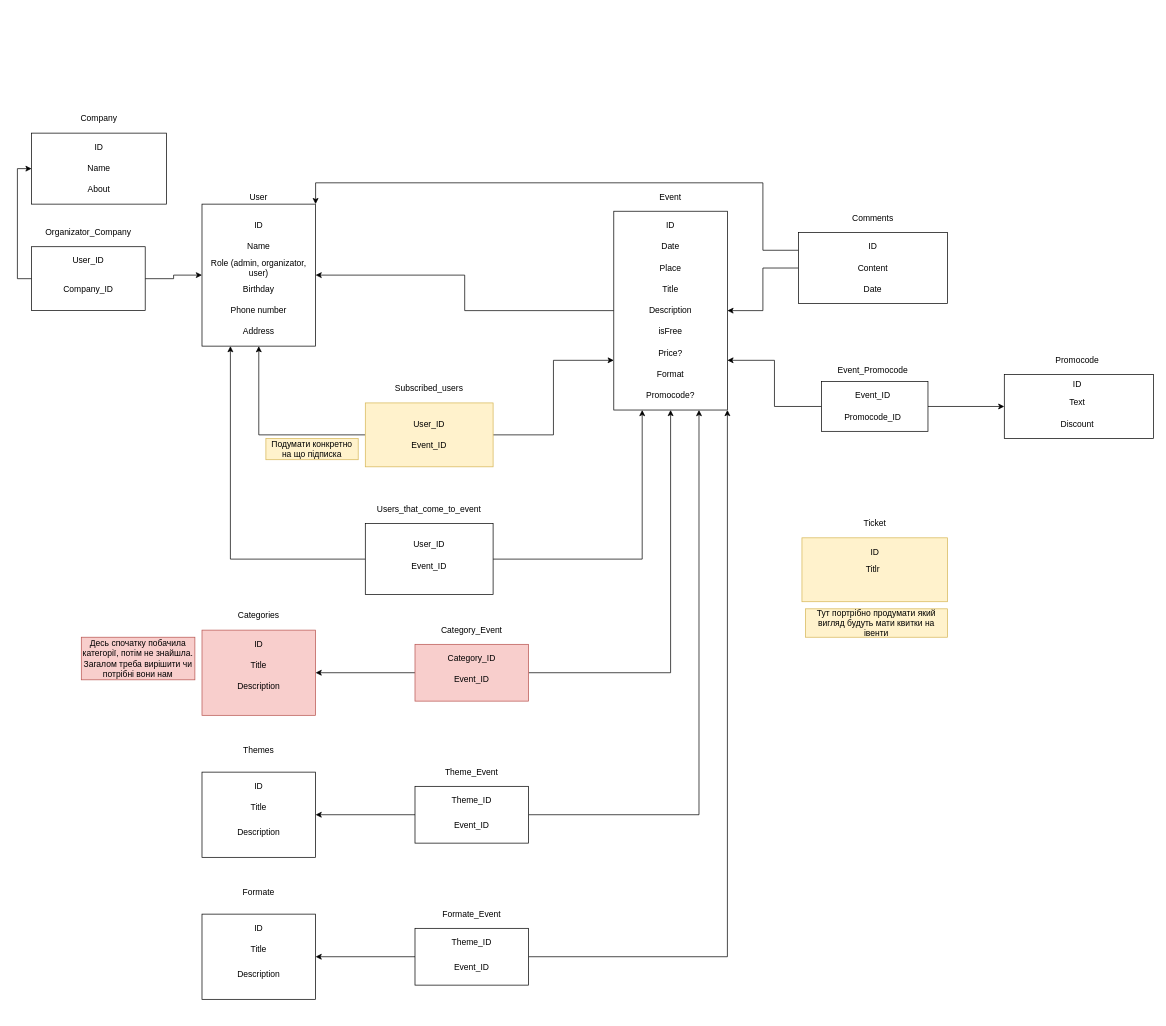
Before: server/database/DB_Diagram_TMP.drawio in GudKsen/uevent, a draw.io diagram. Source tidied: cells renumbered, new cells numbered last; positions are measured from the earlier drawing's top-left corner, leaving out a move shared by most shapes. Both pictures are drawn from the tidied source at 71%, with x=0, y=0 at pixel (31, 111).
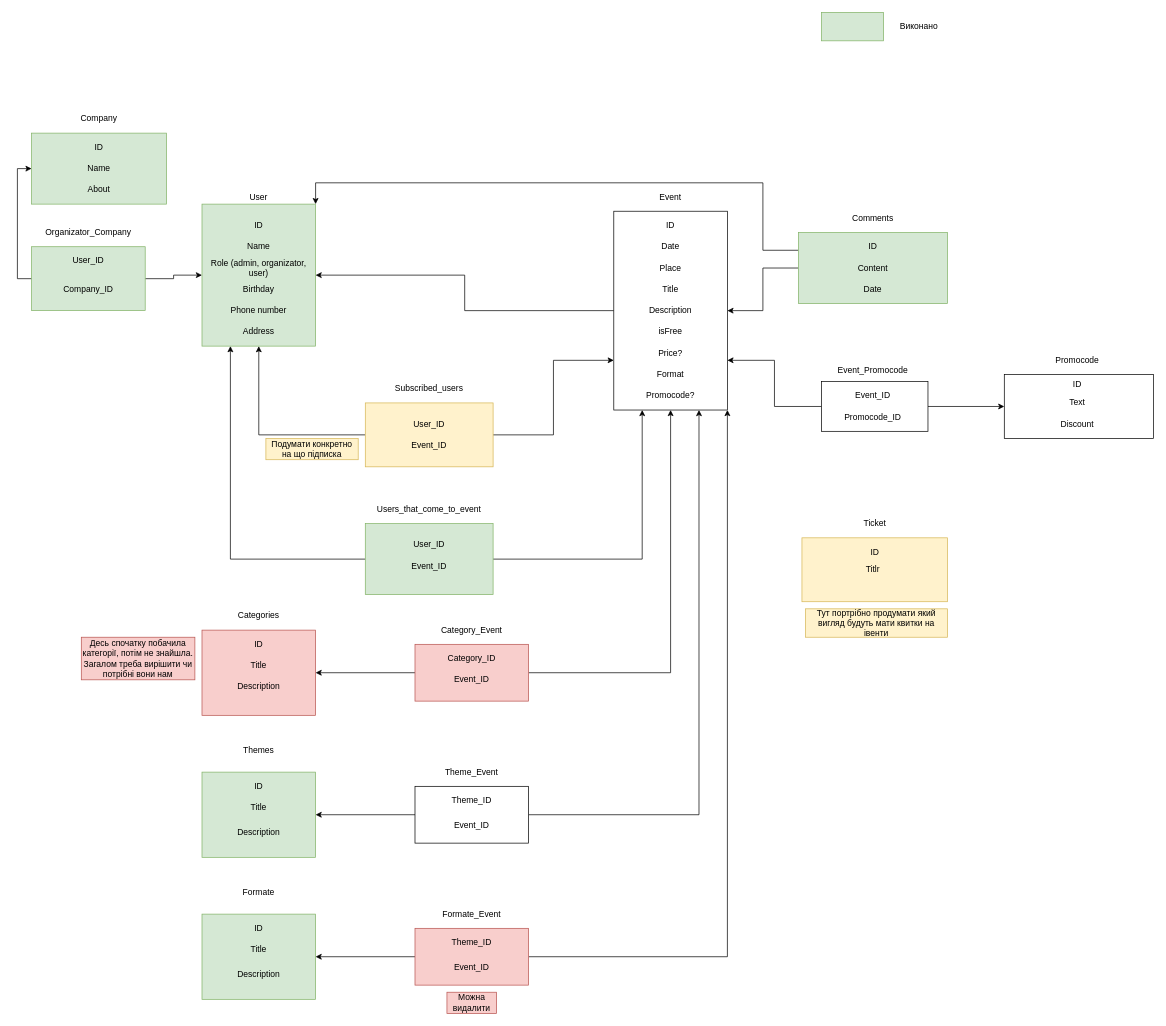
The same diagram, later.

Diff of the diagram source:
```diff
@@
-    <mxCell id="2" style="rounded=0;whiteSpace=wrap;html=1;" parent="1" vertex="1">
+    <mxCell id="2" style="rounded=0;whiteSpace=wrap;html=1;fillColor=#d5e8d4;strokeColor=#82b366;" parent="1" vertex="1">
       <mxGeometry x="240" y="130" width="160" height="200" as="geometry" />
     </mxCell>
@@
-    <mxCell id="32" style="rounded=0;whiteSpace=wrap;html=1;" parent="1" vertex="1">
+    <mxCell id="32" style="rounded=0;whiteSpace=wrap;html=1;fillColor=#d5e8d4;strokeColor=#82b366;" parent="1" vertex="1">
       <mxGeometry x="240" y="930" width="160" height="120" as="geometry" />
     </mxCell>
@@
-    <mxCell id="52" style="rounded=0;whiteSpace=wrap;html=1;" parent="1" vertex="1">
+    <mxCell id="52" style="rounded=0;whiteSpace=wrap;html=1;fillColor=#d5e8d4;strokeColor=#82b366;" parent="1" vertex="1">
       <mxGeometry x="470" y="580" width="180" height="100" as="geometry" />
     </mxCell>
@@
-    <mxCell id="58" style="rounded=0;whiteSpace=wrap;html=1;" parent="1" vertex="1">
+    <mxCell id="58" style="rounded=0;whiteSpace=wrap;html=1;fillColor=#d5e8d4;strokeColor=#82b366;" parent="1" vertex="1">
       <mxGeometry x="1080" y="170" width="210" height="100" as="geometry" />
     </mxCell>
@@
-    <mxCell id="64" style="rounded=0;whiteSpace=wrap;html=1;" parent="1" vertex="1">
+    <mxCell id="64" style="rounded=0;whiteSpace=wrap;html=1;fillColor=#d5e8d4;strokeColor=#82b366;" parent="1" vertex="1">
       <mxGeometry y="30" width="190" height="100" as="geometry" />
     </mxCell>
@@
-    <mxCell id="71" style="rounded=0;whiteSpace=wrap;html=1;" parent="1" vertex="1">
+    <mxCell id="71" style="rounded=0;whiteSpace=wrap;html=1;fillColor=#d5e8d4;strokeColor=#82b366;" parent="1" vertex="1">
       <mxGeometry y="190" width="160" height="90" as="geometry" />
     </mxCell>
@@
-    <mxCell id="79" style="rounded=0;whiteSpace=wrap;html=1;" parent="1" vertex="1">
+    <mxCell id="79" style="rounded=0;whiteSpace=wrap;html=1;fillColor=#d5e8d4;strokeColor=#82b366;" parent="1" vertex="1">
       <mxGeometry x="240" y="1130" width="160" height="120" as="geometry" />
     </mxCell>
@@
-    <mxCell id="86" style="rounded=0;whiteSpace=wrap;html=1;" parent="1" vertex="1">
+    <mxCell id="86" style="rounded=0;whiteSpace=wrap;html=1;fillColor=#f8cecc;strokeColor=#b85450;" parent="1" vertex="1">
       <mxGeometry x="540" y="1150" width="160" height="80" as="geometry" />
     </mxCell>
@@
+    <mxCell id="104" style="rounded=0;whiteSpace=wrap;html=1;fillColor=#d5e8d4;strokeColor=#82b366;" parent="1" vertex="1">
+      <mxGeometry x="1112.5" y="-140" width="87.5" height="40" as="geometry" />
+    </mxCell>
+    <mxCell id="105" value="Виконано" style="text;html=1;strokeColor=none;fillColor=none;align=center;verticalAlign=middle;whiteSpace=wrap;rounded=0;" parent="1" vertex="1">
+      <mxGeometry x="1230" y="-130" width="40" height="20" as="geometry" />
+    </mxCell>
+    <mxCell id="106" value="Можна видалити" style="text;html=1;strokeColor=#b85450;fillColor=#f8cecc;align=center;verticalAlign=middle;whiteSpace=wrap;rounded=0;" parent="1" vertex="1">
+      <mxGeometry x="585" y="1240" width="70" height="30" as="geometry" />
+    </mxCell>
```
